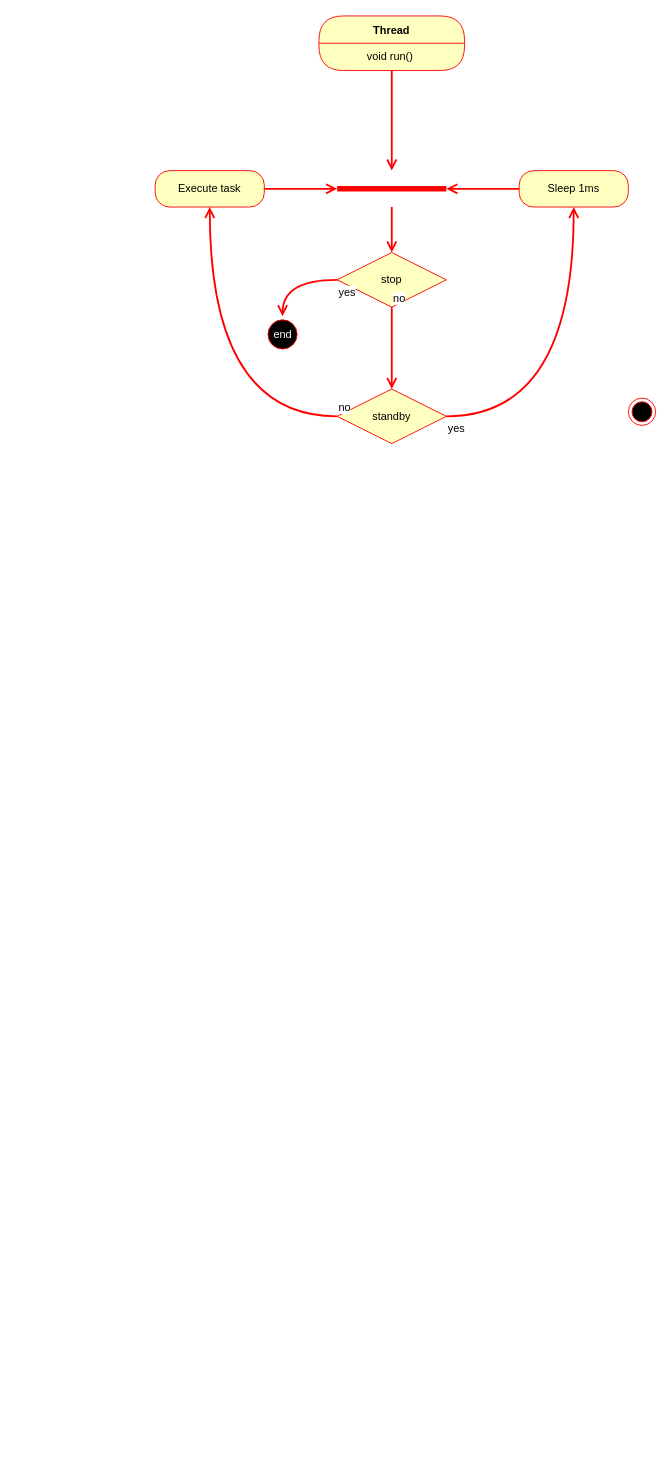
akariumfish/nodulo keeps this draw.io diagram as doc/Temp.drawio. Above is the earlier version. Source tidied: cells renumbered, new cells numbered last; positions are measured from the earlier drawing's top-left corner, leaving out a move shared by most shapes. Both pictures are drawn from the tidied source at 91%, with x=0, y=0 at pixel (155, 15).
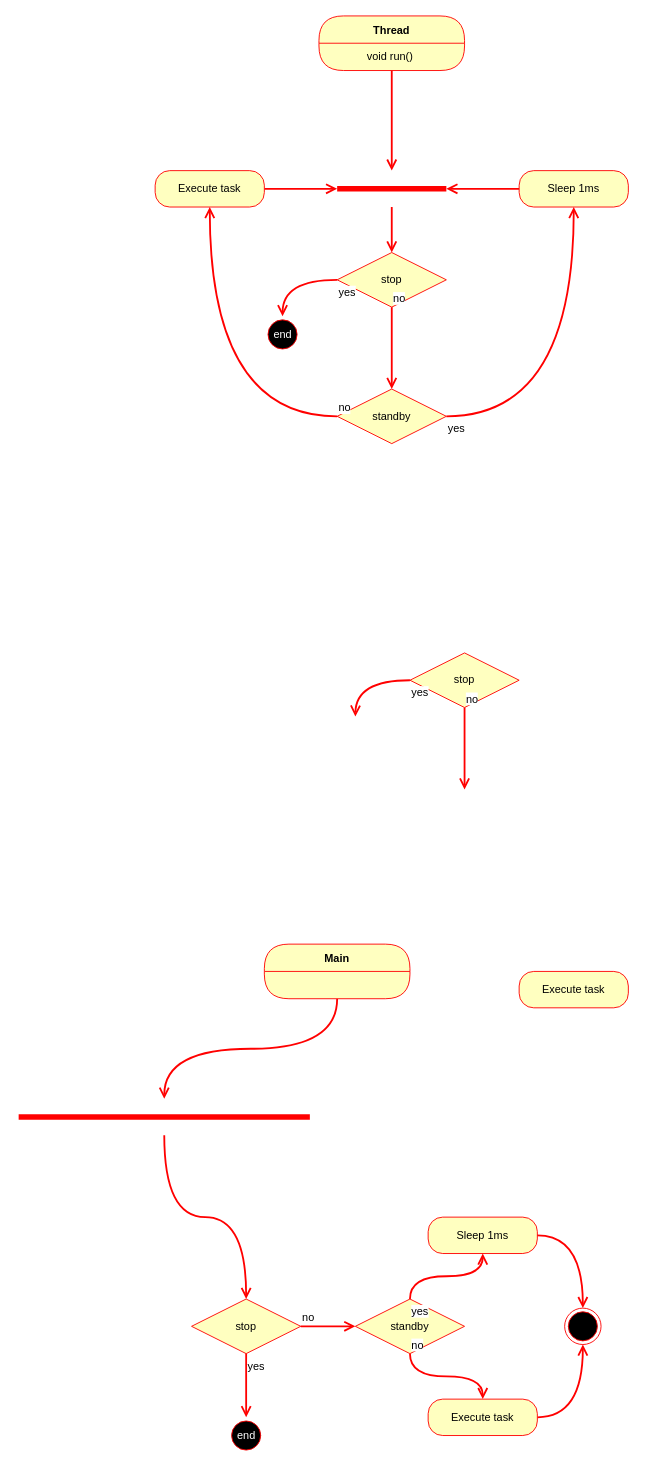
After the change.

Diff of the diagram source:
```diff
@@
-    <mxCell id="2" value="Thread" style="swimlane;fontStyle=1;align=center;verticalAlign=middle;horizontal=1;startSize=30;fontColor=#000000;rounded=1;arcSize=30;strokeColor=#ff0000;fillColor=#ffffc0;swimlaneFillColor=#ffffc0;" parent="1" vertex="1">
+    <mxCell id="2" value="Thread" style="swimlane;fontStyle=1;align=center;verticalAlign=middle;horizontal=1;startSize=30;fontColor=#000000;rounded=1;arcSize=30;strokeColor=#ff0000;fillColor=#ffffc0;swimlaneFillColor=#ffffc0;newEdgeStyle=%7B%22edgeStyle%22%3A%22orthogonalEdgeStyle%22%2C%22html%22%3A%221%22%2C%22verticalAlign%22%3A%22bottom%22%2C%22endArrow%22%3A%22open%22%2C%22endSize%22%3A%228%22%2C%22strokeColor%22%3A%22%23ff0000%22%2C%22rounded%22%3A%221%22%2C%22strokeWidth%22%3A%222%22%2C%22align%22%3A%22center%22%2C%22fontFamily%22%3A%22Helvetica%22%2C%22fontSize%22%3A%2212%22%2C%22fontColor%22%3A%22default%22%2C%22labelBackgroundColor%22%3A%22default%22%2C%22defaultLabelBackgroundColor%22%3A%22gap%22%2C%22jumpStyle%22%3A%22gap%22%2C%22jumpSize%22%3A%2210%22%2C%22flowAnimation%22%3A%220%22%2C%22sourcePerimeterSpacing%22%3A%220%22%2C%22targetPerimeterSpacing%22%3A%220%22%2C%22fixedPointSpacing%22%3A%221%22%2C%22curved%22%3A%221%22%2C%22libavoidSpacing%22%3A%2210%22%2C%22followTerminals%22%3A%221%22%2C%22jettySize%22%3Anull%2C%22orthogonalLoop%22%3Anull%2C%22startSize%22%3Anull%2C%22shape%22%3Anull%2C%22startArrow%22%3Anull%2C%22startFill%22%3Anull%2C%22endFill%22%3Anull%7D;" parent="1" vertex="1">
       <mxGeometry x="180" width="160" height="60" as="geometry" />
     </mxCell>
@@
     <mxCell id="9" style="ellipse;html=1;shape=endState;fillColor=#000000;strokeColor=#ff0000;" parent="1" vertex="1">
-      <mxGeometry x="520" y="420" width="30" height="30" as="geometry" />
+      <mxGeometry x="450" y="1420" width="40" height="40" as="geometry" />
     </mxCell>
@@
+    <mxCell id="19" value="stop" style="rhombus;whiteSpace=wrap;html=1;fontColor=#000000;fillColor=#ffffc0;strokeColor=#ff0000;" parent="1" vertex="1">
+      <mxGeometry x="280" y="700" width="120" height="60" as="geometry" />
+    </mxCell>
+    <mxCell id="20" value="yes" style="edgeStyle=orthogonalEdgeStyle;html=1;align=left;verticalAlign=top;endArrow=open;endSize=8;strokeColor=#ff0000;rounded=1;strokeWidth=2;fontFamily=Helvetica;fontSize=12;fontColor=default;labelBackgroundColor=default;defaultLabelBackgroundColor=gap;jumpStyle=gap;jumpSize=10;flowAnimation=0;sourcePerimeterSpacing=0;targetPerimeterSpacing=0;fixedPointSpacing=1;curved=1;libavoidSpacing=10;followTerminals=1;" parent="1" edge="1" source="19">
+      <mxGeometry x="-1" relative="1" as="geometry">
+        <mxPoint x="220" y="770" as="targetPoint" />
+      </mxGeometry>
+    </mxCell>
+    <mxCell id="21" value="no" style="edgeStyle=orthogonalEdgeStyle;html=1;align=left;verticalAlign=bottom;endArrow=open;endSize=8;strokeColor=#ff0000;rounded=1;strokeWidth=2;fontFamily=Helvetica;fontSize=12;fontColor=default;labelBackgroundColor=default;defaultLabelBackgroundColor=gap;jumpStyle=gap;jumpSize=10;flowAnimation=0;sourcePerimeterSpacing=0;targetPerimeterSpacing=0;fixedPointSpacing=1;curved=1;libavoidSpacing=10;followTerminals=1;" parent="1" edge="1" source="19">
+      <mxGeometry x="-1" relative="1" as="geometry">
+        <mxPoint x="340" y="850" as="targetPoint" />
+      </mxGeometry>
+    </mxCell>
+    <mxCell id="22" style="edgeStyle=orthogonalEdgeStyle;curved=1;rounded=1;jumpStyle=gap;jumpSize=10;libavoidSpacing=10;curveGeometry=1;html=1;verticalAlign=bottom;endArrow=open;endSize=8;strokeColor=#ff0000;strokeWidth=2;align=center;fontFamily=Helvetica;fontSize=12;fontColor=default;labelBackgroundColor=default;defaultLabelBackgroundColor=gap;flowAnimation=0;sourcePerimeterSpacing=0;targetPerimeterSpacing=0;fixedPointSpacing=1;followTerminals=1;" parent="1" edge="1" source="23" target="26">
+      <mxGeometry relative="1" as="geometry" />
+    </mxCell>
+    <mxCell id="23" value="Main" style="swimlane;fontStyle=1;align=center;verticalAlign=middle;horizontal=1;startSize=30;fontColor=#000000;rounded=1;arcSize=30;strokeColor=#ff0000;fillColor=#ffffc0;swimlaneFillColor=#ffffc0;newEdgeStyle=%7B%22edgeStyle%22%3A%22orthogonalEdgeStyle%22%2C%22html%22%3A%221%22%2C%22verticalAlign%22%3A%22bottom%22%2C%22endArrow%22%3A%22open%22%2C%22endSize%22%3A%228%22%2C%22strokeColor%22%3A%22%23ff0000%22%2C%22rounded%22%3A%221%22%2C%22strokeWidth%22%3A%222%22%2C%22align%22%3A%22center%22%2C%22fontFamily%22%3A%22Helvetica%22%2C%22fontSize%22%3A%2212%22%2C%22fontColor%22%3A%22default%22%2C%22labelBackgroundColor%22%3A%22default%22%2C%22defaultLabelBackgroundColor%22%3A%22gap%22%2C%22jumpStyle%22%3A%22gap%22%2C%22jumpSize%22%3A%2210%22%2C%22flowAnimation%22%3A%220%22%2C%22sourcePerimeterSpacing%22%3A%220%22%2C%22targetPerimeterSpacing%22%3A%220%22%2C%22fixedPointSpacing%22%3A%221%22%2C%22curved%22%3A%221%22%2C%22libavoidSpacing%22%3A%2210%22%2C%22followTerminals%22%3A%221%22%2C%22jettySize%22%3Anull%2C%22orthogonalLoop%22%3Anull%2C%22startSize%22%3Anull%2C%22shape%22%3Anull%2C%22startArrow%22%3Anull%2C%22startFill%22%3Anull%2C%22endFill%22%3Anull%7D;" parent="1" vertex="1">
+      <mxGeometry x="120" y="1020" width="160" height="60" as="geometry" />
+    </mxCell>
+    <mxCell id="24" value="Sleep 1ms" style="rounded=1;whiteSpace=wrap;html=1;arcSize=40;fontColor=#000000;fillColor=#ffffc0;strokeColor=#ff0000;" parent="1" vertex="1">
+      <mxGeometry x="300" y="1320" width="120" height="40" as="geometry" />
+    </mxCell>
+    <mxCell id="25" style="edgeStyle=orthogonalEdgeStyle;html=1;verticalAlign=bottom;endArrow=open;endSize=8;strokeColor=#ff0000;rounded=1;strokeWidth=2;align=center;fontFamily=Helvetica;fontSize=12;fontColor=default;labelBackgroundColor=default;defaultLabelBackgroundColor=gap;jumpStyle=gap;jumpSize=10;flowAnimation=0;sourcePerimeterSpacing=0;targetPerimeterSpacing=0;fixedPointSpacing=1;curved=1;libavoidSpacing=10;followTerminals=1;" parent="1" edge="1" source="24" target="9">
+      <mxGeometry x="0.81" y="-10.97" relative="1" as="geometry" />
+    </mxCell>
+    <mxCell id="26" style="shape=line;html=1;strokeWidth=6;strokeColor=#ff0000;" parent="1" vertex="1">
+      <mxGeometry x="-150" y="1190" width="320" height="40" as="geometry" />
+    </mxCell>
+    <mxCell id="27" style="edgeStyle=orthogonalEdgeStyle;html=1;verticalAlign=bottom;endArrow=open;endSize=8;strokeColor=#ff0000;rounded=1;strokeWidth=2;align=center;fontFamily=Helvetica;fontSize=12;fontColor=default;labelBackgroundColor=default;defaultLabelBackgroundColor=gap;jumpStyle=gap;jumpSize=10;flowAnimation=0;sourcePerimeterSpacing=0;targetPerimeterSpacing=0;fixedPointSpacing=1;curved=1;libavoidSpacing=10;followTerminals=1;" parent="1" edge="1" source="26" target="34">
+      <mxGeometry relative="1" as="geometry" />
+    </mxCell>
+    <mxCell id="28" value="end" style="ellipse;html=1;shape=startState;fillColor=#000000;strokeColor=#ff0000;fontColor=light-dark(#FFFFFF,#000000);" parent="1" vertex="1">
+      <mxGeometry x="80" y="1540" width="40" height="40" as="geometry" />
+    </mxCell>
+    <mxCell id="29" style="edgeStyle=orthogonalEdgeStyle;html=1;verticalAlign=bottom;endArrow=open;endSize=8;strokeColor=#ff0000;rounded=1;strokeWidth=2;align=center;fontFamily=Helvetica;fontSize=12;fontColor=default;labelBackgroundColor=default;defaultLabelBackgroundColor=gap;jumpStyle=gap;jumpSize=10;flowAnimation=0;sourcePerimeterSpacing=0;targetPerimeterSpacing=0;fixedPointSpacing=1;curved=1;libavoidSpacing=10;followTerminals=1;" parent="1" edge="1" source="33" target="9">
+      <mxGeometry x="0.54" y="-7.23" relative="1" as="geometry" />
+    </mxCell>
+    <mxCell id="30" value="standby" style="rhombus;whiteSpace=wrap;html=1;fontColor=#000000;fillColor=#ffffc0;strokeColor=#ff0000;" parent="1" vertex="1">
+      <mxGeometry x="220" y="1410" width="120" height="60" as="geometry" />
+    </mxCell>
+    <mxCell id="31" value="no" style="edgeStyle=orthogonalEdgeStyle;html=1;align=left;verticalAlign=bottom;endArrow=open;endSize=8;strokeColor=#ff0000;rounded=1;strokeWidth=2;fontFamily=Helvetica;fontSize=12;fontColor=default;labelBackgroundColor=default;defaultLabelBackgroundColor=gap;jumpStyle=gap;jumpSize=10;flowAnimation=0;sourcePerimeterSpacing=0;targetPerimeterSpacing=0;fixedPointSpacing=1;curved=1;libavoidSpacing=10;followTerminals=1;" parent="1" edge="1" source="30" target="33">
+      <mxGeometry x="-1" relative="1" as="geometry" />
+    </mxCell>
+    <mxCell id="32" value="yes" style="edgeStyle=orthogonalEdgeStyle;html=1;align=left;verticalAlign=top;endArrow=open;endSize=8;strokeColor=#ff0000;rounded=1;strokeWidth=2;fontFamily=Helvetica;fontSize=12;fontColor=default;labelBackgroundColor=default;defaultLabelBackgroundColor=gap;jumpStyle=gap;jumpSize=10;flowAnimation=0;sourcePerimeterSpacing=0;targetPerimeterSpacing=0;fixedPointSpacing=1;curved=1;libavoidSpacing=10;followTerminals=1;" parent="1" edge="1" source="30" target="24">
+      <mxGeometry x="-1" relative="1" as="geometry" />
+    </mxCell>
+    <mxCell id="33" value="Execute task" style="rounded=1;whiteSpace=wrap;html=1;arcSize=40;fontColor=#000000;fillColor=#ffffc0;strokeColor=#ff0000;" parent="1" vertex="1">
+      <mxGeometry x="300" y="1520" width="120" height="40" as="geometry" />
+    </mxCell>
+    <mxCell id="34" value="stop" style="rhombus;whiteSpace=wrap;html=1;fontColor=#000000;fillColor=#ffffc0;strokeColor=#ff0000;" parent="1" vertex="1">
+      <mxGeometry x="40" y="1410" width="120" height="60" as="geometry" />
+    </mxCell>
+    <mxCell id="35" value="yes" style="edgeStyle=orthogonalEdgeStyle;html=1;align=left;verticalAlign=top;endArrow=open;endSize=8;strokeColor=#ff0000;rounded=1;strokeWidth=2;fontFamily=Helvetica;fontSize=12;fontColor=default;labelBackgroundColor=default;defaultLabelBackgroundColor=gap;jumpStyle=gap;jumpSize=10;flowAnimation=0;sourcePerimeterSpacing=0;targetPerimeterSpacing=0;fixedPointSpacing=1;curved=1;libavoidSpacing=10;followTerminals=1;" parent="1" edge="1" source="34" target="28">
+      <mxGeometry x="-1" relative="1" as="geometry" />
+    </mxCell>
+    <mxCell id="36" value="no" style="edgeStyle=orthogonalEdgeStyle;html=1;align=left;verticalAlign=bottom;endArrow=open;endSize=8;strokeColor=#ff0000;rounded=1;strokeWidth=2;fontFamily=Helvetica;fontSize=12;fontColor=default;labelBackgroundColor=default;defaultLabelBackgroundColor=gap;jumpStyle=gap;jumpSize=10;flowAnimation=0;sourcePerimeterSpacing=0;targetPerimeterSpacing=0;fixedPointSpacing=1;curved=1;libavoidSpacing=10;followTerminals=1;" parent="1" edge="1" source="34" target="30">
+      <mxGeometry x="-1" relative="1" as="geometry" />
+    </mxCell>
+    <mxCell id="37" value="Execute task" style="rounded=1;whiteSpace=wrap;html=1;arcSize=40;fontColor=#000000;fillColor=#ffffc0;strokeColor=#ff0000;" parent="1" vertex="1">
+      <mxGeometry x="400" y="1050" width="120" height="40" as="geometry" />
+    </mxCell>
```
